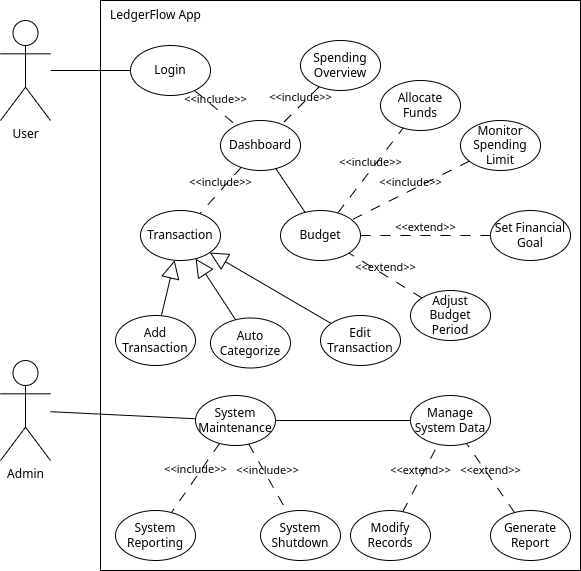
This is docs/UseCaseDiagram.drawio.png from loganckrause/LedgerFlow, a draw.io export, as it was before one commit. Source tidied: cells renumbered, new cells last; positions are measured from the earlier drawing's top-left corner, leaving out a move shared by most shapes.
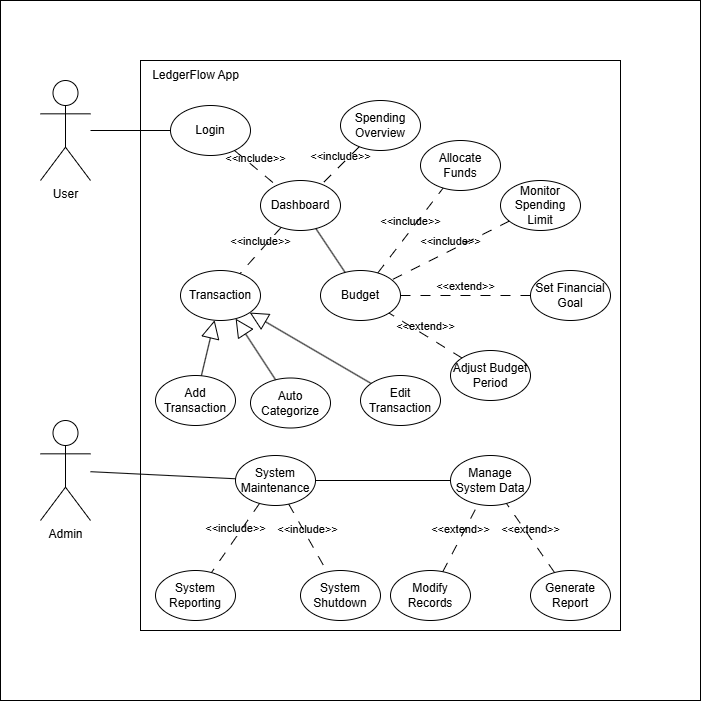
The same file after the commit.

Commit message:
Completed my UML diagrams

Change to the diagram source:
```diff
@@ -2,6 +2,9 @@
   <root>
     <mxCell id="0" />
     <mxCell id="1" parent="0" />
+    <mxCell id="42" style="rounded=0;whiteSpace=wrap;html=1;" parent="1" vertex="1">
+      <mxGeometry x="-40" y="-60" width="700" height="700" as="geometry" />
+    </mxCell>
     <mxCell id="2" value="User" style="shape=umlActor;verticalLabelPosition=bottom;verticalAlign=top;html=1;" parent="1" vertex="1">
       <mxGeometry y="20" width="50" height="100" as="geometry" />
     </mxCell>
```
